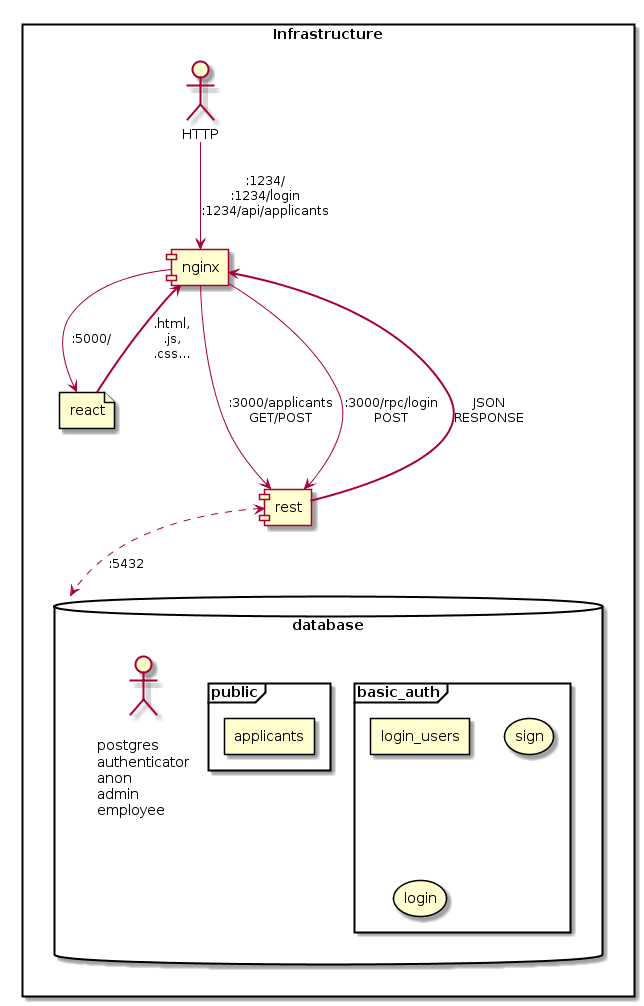
rezayat/code-samples keeps this PlantUML diagram as postgrest-react/infrastructure.png. Above is the earlier version.
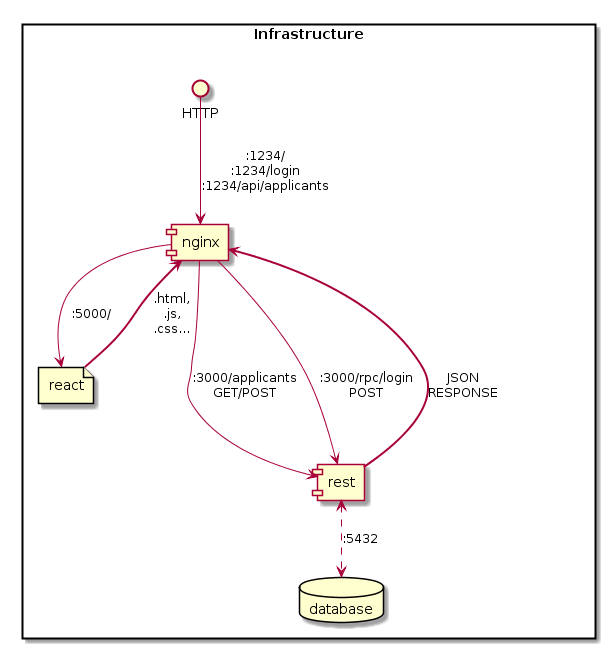
After the change.

Commit message:
simplified infrastructure graph cleaned .gitignore

Change to the diagram source:
```diff
@@ -4,19 +4,9 @@
   HTTP --> nginx : ":1234/\n:1234/login\n:1234/api/applicants"
   component rest
   file react
-  database "database" {
-    actor " \n postgres \n authenticator \n anon \n admin \n employee"
+  database database
+}
 
-    frame basic_auth {
-      rectangle login_users
-      storage sign
-      storage login
-    }
-    frame public {
-      rectangle applicants
-    }
-  }
-}
 
 nginx -> react : ":5000/"
 nginx <== react : ".html,\n.js,\n.css..."
```
